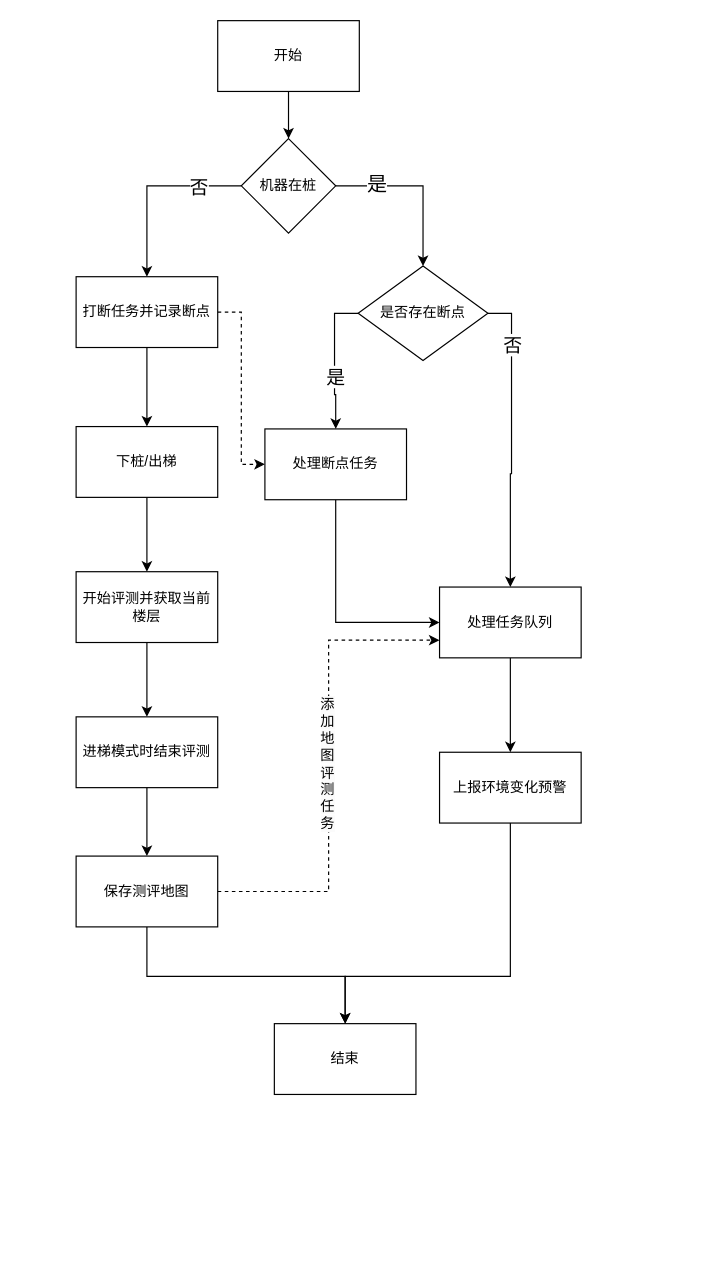
Above: page "第 3 页" (3 of 3) of 流程图.drawio in yaoif/draw.io (draw.io), before the change. Source tidied: cells renumbered, new cells numbered last; positions are measured from the earlier drawing's top-left corner, leaving out a move shared by most shapes. Both pictures are drawn from the tidied source at 118%, with x=0, y=0 at pixel (76, 20).
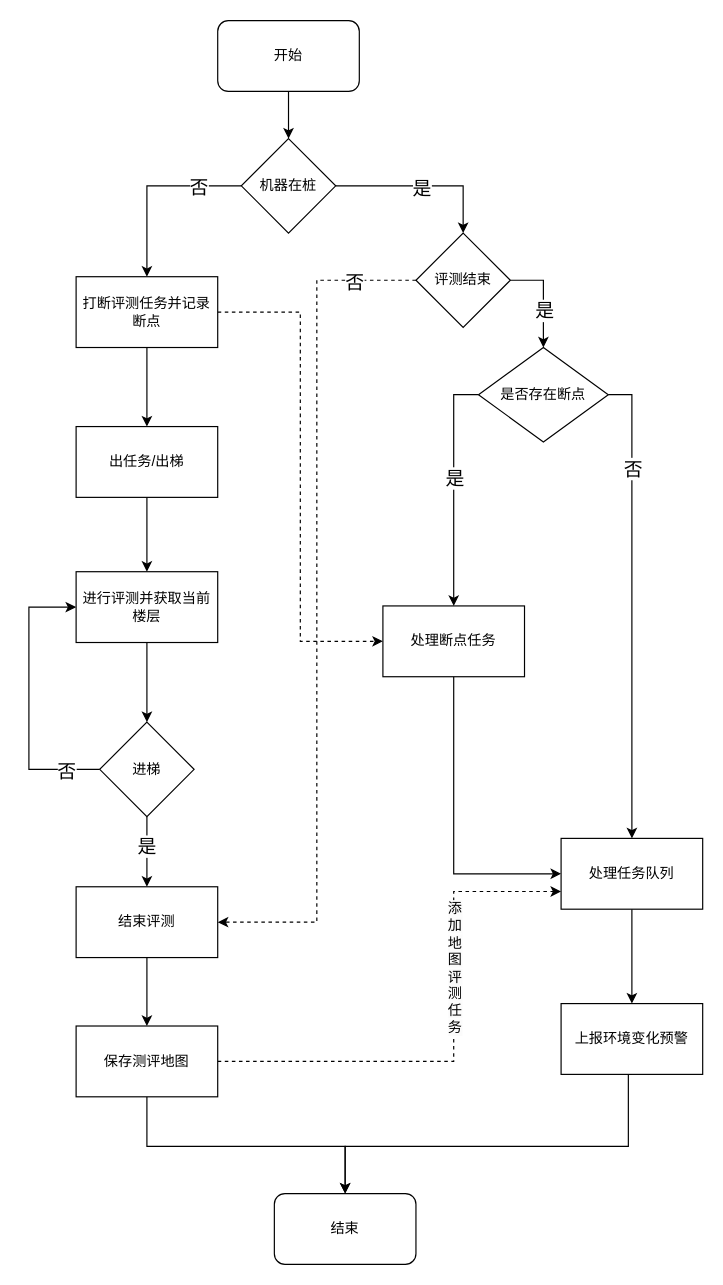
After the change.

Unchanged cells that the change refers to:
```xml
<mxCell id="8" value="机器在桩" style="rhombus;whiteSpace=wrap;html=1;rounded=0;" parent="1" vertex="1">
  <mxGeometry x="140" y="100" width="80" height="80" as="geometry" />
</mxCell>
```

Change to the diagram source:
```diff
@@
-    <mxCell id="3" value="开始" style="rounded=0;whiteSpace=wrap;html=1;" parent="1" vertex="1">
+    <mxCell id="3" value="开始" style="rounded=1;whiteSpace=wrap;html=1;" parent="1" vertex="1">
       <mxGeometry x="120" width="120" height="60" as="geometry" />
     </mxCell>
@@
-    <mxCell id="6" style="edgeStyle=orthogonalEdgeStyle;rounded=0;jettySize=auto;html=1;exitX=1;exitY=0.5;exitDx=0;exitDy=0;entryX=0.5;entryY=0;entryDx=0;entryDy=0;" parent="1" edge="1" source="8" target="26">
-      <mxGeometry relative="1" as="geometry" />
-    </mxCell>
-    <mxCell id="7" value="是" style="edgeLabel;html=1;align=center;verticalAlign=middle;fontSize=17;" parent="6" vertex="1">
-      <mxGeometry x="-0.5" y="1" relative="1" as="geometry">
-        <mxPoint x="-2" as="offset" />
-      </mxGeometry>
-    </mxCell>
+    <mxCell id="34" style="edgeStyle=orthogonalEdgeStyle;rounded=0;jettySize=auto;html=1;entryX=0.5;entryY=0;entryDx=0;entryDy=0;" parent="1" edge="1" source="8" target="41">
+      <mxGeometry relative="1" as="geometry" />
+    </mxCell>
+    <mxCell id="35" value="是" style="edgeLabel;html=1;align=center;verticalAlign=middle;fontSize=16;" parent="34" vertex="1">
+      <mxGeometry x="-0.03" y="-1" relative="1" as="geometry" />
+    </mxCell>
@@
-    <mxCell id="10" value="下桩/出梯" style="whiteSpace=wrap;html=1;rounded=0;" parent="1" vertex="1">
+    <mxCell id="10" value="出任务/出梯" style="whiteSpace=wrap;html=1;rounded=0;" parent="1" vertex="1">
       <mxGeometry y="344" width="120" height="60" as="geometry" />
     </mxCell>
-    <mxCell id="11" style="edgeStyle=orthogonalEdgeStyle;rounded=0;jettySize=auto;html=1;exitX=0.5;exitY=1;exitDx=0;exitDy=0;entryX=0.5;entryY=0;entryDx=0;entryDy=0;" parent="1" edge="1" source="12" target="14">
-      <mxGeometry relative="1" as="geometry" />
-    </mxCell>
+    <mxCell id="36" style="edgeStyle=orthogonalEdgeStyle;rounded=0;jettySize=auto;html=1;exitX=0.5;exitY=1;exitDx=0;exitDy=0;entryX=0.5;entryY=0;entryDx=0;entryDy=0;" parent="1" edge="1" source="12" target="46">
+      <mxGeometry relative="1" as="geometry" />
+    </mxCell>
-    <mxCell id="12" value="&lt;p&gt;开始评测&lt;span style=&quot;background-color: initial;&quot;&gt;并&lt;/span&gt;&lt;span style=&quot;background-color: initial;&quot;&gt;获取当前楼层&lt;/span&gt;&lt;/p&gt;" style="rounded=0;whiteSpace=wrap;html=1;strokeColor=default;align=center;verticalAlign=middle;fontFamily=Helvetica;fontSize=12;fontColor=default;fillColor=default;" parent="1" vertex="1">
+    <mxCell id="12" value="&lt;p&gt;进行评测&lt;span style=&quot;background-color: initial;&quot;&gt;并&lt;/span&gt;&lt;span style=&quot;background-color: initial;&quot;&gt;获取当前楼层&lt;/span&gt;&lt;/p&gt;" style="rounded=0;whiteSpace=wrap;html=1;strokeColor=default;align=center;verticalAlign=middle;fontFamily=Helvetica;fontSize=12;fontColor=default;fillColor=default;" parent="1" vertex="1">
       <mxGeometry y="467" width="120" height="60" as="geometry" />
     </mxCell>
@@
-    <mxCell id="14" value="进梯模式时结束评测" style="whiteSpace=wrap;html=1;rounded=0;strokeColor=default;align=center;verticalAlign=middle;fontFamily=Helvetica;fontSize=12;fontColor=default;fillColor=default;" parent="1" vertex="1">
-      <mxGeometry y="590" width="120" height="60" as="geometry" />
+    <mxCell id="14" value="结束评测" style="whiteSpace=wrap;html=1;rounded=0;strokeColor=default;align=center;verticalAlign=middle;fontFamily=Helvetica;fontSize=12;fontColor=default;fillColor=default;" parent="1" vertex="1">
+      <mxGeometry y="734" width="120" height="60" as="geometry" />
     </mxCell>
     <mxCell id="15" style="edgeStyle=orthogonalEdgeStyle;rounded=0;jettySize=auto;html=1;exitX=0.5;exitY=1;exitDx=0;exitDy=0;entryX=0.5;entryY=0;entryDx=0;entryDy=0;" parent="1" edge="1" source="18" target="31">
       <mxGeometry relative="1" as="geometry">
         <Array as="points">
-          <mxPoint x="60" y="810" />
-          <mxPoint x="228" y="810" />
+          <mxPoint x="60" y="954" />
+          <mxPoint x="228" y="954" />
         </Array>
       </mxGeometry>
     </mxCell>
     <mxCell id="16" style="edgeStyle=orthogonalEdgeStyle;rounded=0;jettySize=auto;html=1;exitX=1;exitY=0.5;exitDx=0;exitDy=0;entryX=0;entryY=0.75;entryDx=0;entryDy=0;dashed=1;" parent="1" edge="1" source="18" target="30">
-      <mxGeometry relative="1" as="geometry" />
+      <mxGeometry relative="1" as="geometry">
+        <Array as="points">
+          <mxPoint x="320" y="882" />
+          <mxPoint x="320" y="738" />
+        </Array>
+      </mxGeometry>
     </mxCell>
     <mxCell id="17" value="&lt;span style=&quot;font-size: 12px; text-wrap: wrap; background-color: rgb(251, 251, 251);&quot;&gt;添加地图评测任务&lt;/span&gt;" style="edgeLabel;html=1;align=center;verticalAlign=middle;fontSize=12;" parent="16" vertex="1">
-      <mxGeometry x="0.01" y="2" relative="1" as="geometry" />
+      <mxGeometry x="0.01" y="2" relative="1" as="geometry">
+        <mxPoint x="2" y="-60" as="offset" />
+      </mxGeometry>
     </mxCell>
     <mxCell id="18" value="保存测评地图" style="whiteSpace=wrap;html=1;rounded=0;strokeColor=default;align=center;verticalAlign=middle;fontFamily=Helvetica;fontSize=12;fontColor=default;fillColor=default;" parent="1" vertex="1">
-      <mxGeometry y="708" width="120" height="60" as="geometry" />
+      <mxGeometry y="852" width="120" height="60" as="geometry" />
     </mxCell>
@@
-    <mxCell id="21" value="打断任务并记录断点" style="whiteSpace=wrap;html=1;rounded=0;" parent="1" vertex="1">
+    <mxCell id="21" value="打断评测任务并记录断点" style="whiteSpace=wrap;html=1;rounded=0;" parent="1" vertex="1">
       <mxGeometry y="217" width="120" height="60" as="geometry" />
     </mxCell>
@@
     <mxCell id="26" value="是否存在断点" style="rhombus;whiteSpace=wrap;html=1;rounded=0;" parent="1" vertex="1">
-      <mxGeometry x="239" y="208" width="110" height="80" as="geometry" />
+      <mxGeometry x="341" y="277" width="110" height="80" as="geometry" />
     </mxCell>
@@
     <mxCell id="28" value="处理断点任务" style="whiteSpace=wrap;html=1;rounded=0;" parent="1" vertex="1">
-      <mxGeometry x="160" y="346" width="120" height="60" as="geometry" />
+      <mxGeometry x="260" y="496" width="120" height="60" as="geometry" />
     </mxCell>
@@
     <mxCell id="30" value="处理任务队列" style="whiteSpace=wrap;html=1;rounded=0;" parent="1" vertex="1">
-      <mxGeometry x="308" y="480" width="120" height="60" as="geometry" />
+      <mxGeometry x="411" y="693" width="120" height="60" as="geometry" />
     </mxCell>
-    <mxCell id="31" value="结束" style="whiteSpace=wrap;html=1;rounded=0;strokeColor=default;align=center;verticalAlign=middle;fontFamily=Helvetica;fontSize=12;fontColor=default;fillColor=default;" parent="1" vertex="1">
-      <mxGeometry x="168" y="850" width="120" height="60" as="geometry" />
+    <mxCell id="31" value="结束" style="whiteSpace=wrap;html=1;rounded=1;strokeColor=default;align=center;verticalAlign=middle;fontFamily=Helvetica;fontSize=12;fontColor=default;fillColor=default;" parent="1" vertex="1">
+      <mxGeometry x="168" y="994" width="120" height="60" as="geometry" />
     </mxCell>
     <mxCell id="32" style="edgeStyle=orthogonalEdgeStyle;rounded=0;jettySize=auto;html=1;exitX=0.5;exitY=1;exitDx=0;exitDy=0;" parent="1" edge="1" source="33" target="31">
       <mxGeometry relative="1" as="geometry">
         <Array as="points">
-          <mxPoint x="368" y="810" />
-          <mxPoint x="228" y="810" />
+          <mxPoint x="468" y="954" />
+          <mxPoint x="228" y="954" />
         </Array>
       </mxGeometry>
     </mxCell>
     <mxCell id="33" value="上报环境变化预警" style="whiteSpace=wrap;html=1;rounded=0;" parent="1" vertex="1">
-      <mxGeometry x="308" y="620" width="120" height="60" as="geometry" />
+      <mxGeometry x="411" y="833" width="120" height="60" as="geometry" />
     </mxCell>
+    <mxCell id="37" style="edgeStyle=orthogonalEdgeStyle;rounded=0;jettySize=auto;html=1;exitX=1;exitY=0.5;exitDx=0;exitDy=0;entryX=0.5;entryY=0;entryDx=0;entryDy=0;" parent="1" edge="1" source="41" target="26">
+      <mxGeometry relative="1" as="geometry" />
+    </mxCell>
+    <mxCell id="38" value="是" style="edgeLabel;html=1;align=center;verticalAlign=middle;fontSize=16;" parent="37" vertex="1">
+      <mxGeometry x="0.25" y="2" relative="1" as="geometry">
+        <mxPoint x="-2" as="offset" />
+      </mxGeometry>
+    </mxCell>
+    <mxCell id="39" style="edgeStyle=orthogonalEdgeStyle;rounded=0;jettySize=auto;html=1;exitX=0;exitY=0.5;exitDx=0;exitDy=0;entryX=1;entryY=0.5;entryDx=0;entryDy=0;dashed=1;" parent="1" edge="1" source="41" target="14">
+      <mxGeometry relative="1" as="geometry" />
+    </mxCell>
+    <mxCell id="40" value="否" style="edgeLabel;html=1;align=center;verticalAlign=middle;fontSize=16;" parent="39" vertex="1">
+      <mxGeometry x="-0.85" y="1" relative="1" as="geometry" />
+    </mxCell>
+    <mxCell id="41" value="评测结束" style="rhombus;whiteSpace=wrap;html=1;rounded=0;" parent="1" vertex="1">
+      <mxGeometry x="288" y="180" width="80" height="80" as="geometry" />
+    </mxCell>
+    <mxCell id="42" style="edgeStyle=orthogonalEdgeStyle;rounded=0;jettySize=auto;html=1;exitX=0.5;exitY=1;exitDx=0;exitDy=0;entryX=0.5;entryY=0;entryDx=0;entryDy=0;" parent="1" edge="1" source="46" target="14">
+      <mxGeometry relative="1" as="geometry" />
+    </mxCell>
+    <mxCell id="43" value="是" style="edgeLabel;html=1;align=center;verticalAlign=middle;fontSize=16;" parent="42" vertex="1">
+      <mxGeometry x="-0.21" y="1" relative="1" as="geometry">
+        <mxPoint x="-2" y="1" as="offset" />
+      </mxGeometry>
+    </mxCell>
+    <mxCell id="44" style="edgeStyle=orthogonalEdgeStyle;rounded=0;jettySize=auto;html=1;exitX=0;exitY=0.5;exitDx=0;exitDy=0;entryX=0;entryY=0.5;entryDx=0;entryDy=0;" parent="1" edge="1" source="46" target="12">
+      <mxGeometry relative="1" as="geometry">
+        <Array as="points">
+          <mxPoint x="-40" y="635" />
+          <mxPoint x="-40" y="497" />
+        </Array>
+      </mxGeometry>
+    </mxCell>
+    <mxCell id="45" value="否" style="edgeLabel;html=1;align=center;verticalAlign=middle;fontSize=16;" parent="44" vertex="1">
+      <mxGeometry x="-0.76" y="1" relative="1" as="geometry" />
+    </mxCell>
+    <mxCell id="46" value="进梯" style="rhombus;whiteSpace=wrap;html=1;" parent="1" vertex="1">
+      <mxGeometry x="20" y="594.5" width="80" height="80" as="geometry" />
+    </mxCell>
```
